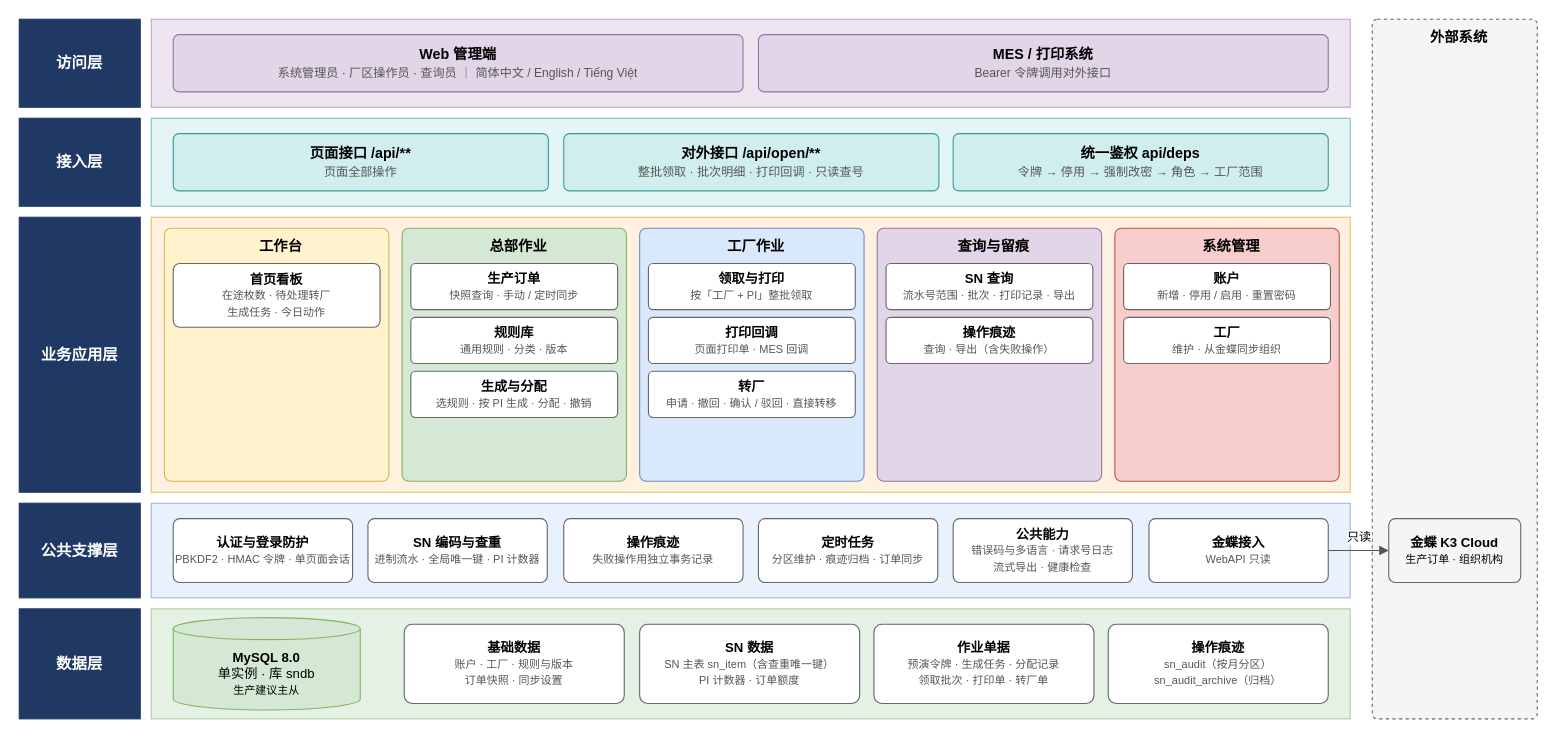
Above: docs/images/系统技术方案/fig2-1-function.drawio in Createsnow/sn-center (draw.io), before the change. Source tidied: cells renumbered, new cells numbered last; positions are measured from the earlier drawing's top-left corner, leaving out a move shared by most shapes. Both pictures are drawn from the tidied source at 110%, with x=0, y=0 at pixel (19, 19).
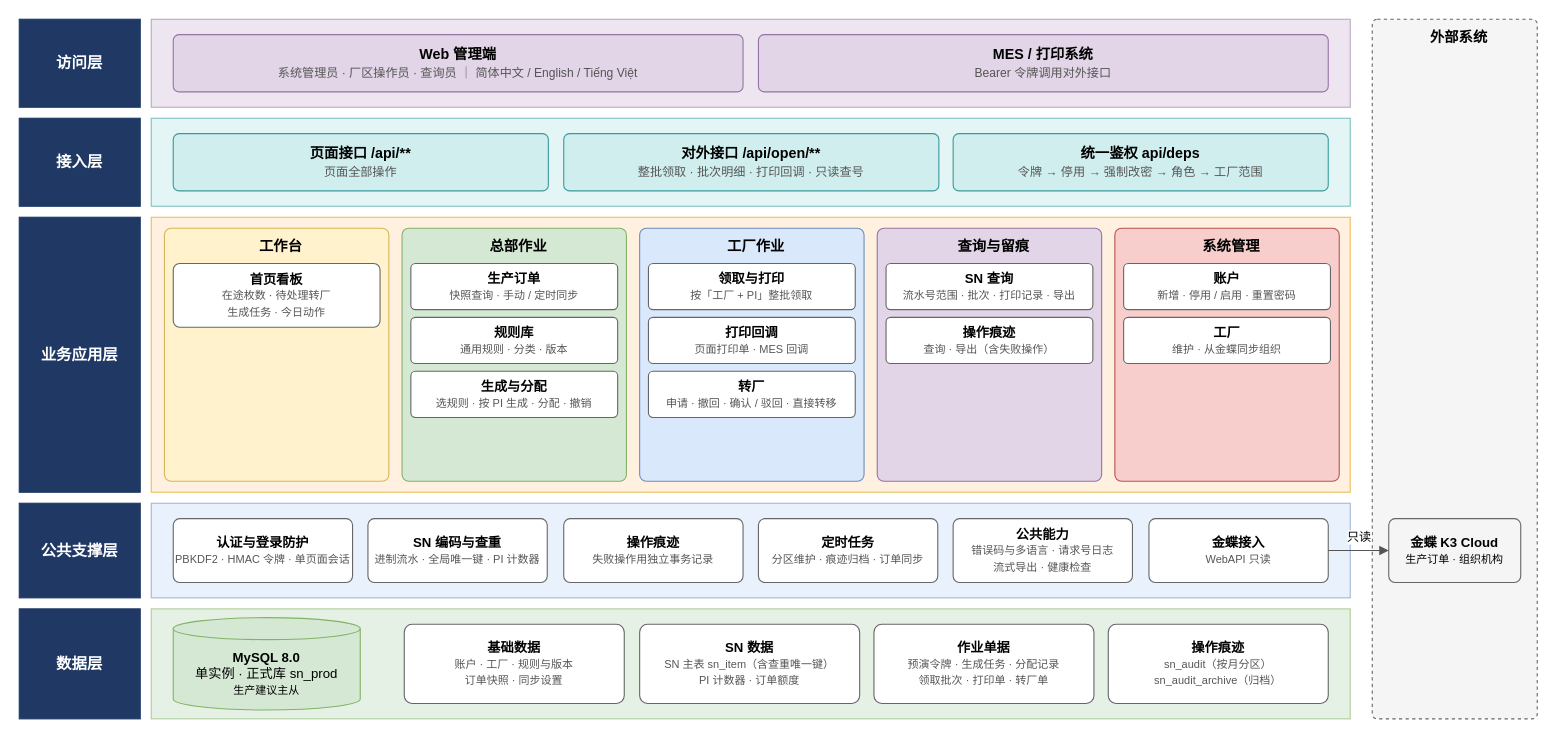
Above is the later version.

Diff of the diagram source:
```diff
@@
-    <mxCell id="39" value="&lt;b&gt;MySQL 8.0&lt;/b&gt;&lt;br&gt;单实例 · 库 sndb&lt;br&gt;&lt;font style=&quot;font-size:10px&quot;&gt;生产建议主从&lt;/font&gt;" style="shape=cylinder3;boundedLbl=1;backgroundOutline=1;size=10;whiteSpace=wrap;html=1;fillColor=#d5e8d4;strokeColor=#82b366;fontSize=12;fontFamily=Microsoft YaHei,PingFang SC,Helvetica,Arial,WenQuanYi Zen Hei,sans-serif;" parent="1" vertex="1">
+    <mxCell id="39" value="&lt;b&gt;MySQL 8.0&lt;/b&gt;&lt;br&gt;单实例 · 正式库 sn_prod&lt;br&gt;&lt;font style=&quot;font-size:10px&quot;&gt;生产建议主从&lt;/font&gt;" style="shape=cylinder3;boundedLbl=1;backgroundOutline=1;size=10;whiteSpace=wrap;html=1;fillColor=#d5e8d4;strokeColor=#82b366;fontSize=12;fontFamily=Microsoft YaHei,PingFang SC,Helvetica,Arial,WenQuanYi Zen Hei,sans-serif;" parent="1" vertex="1">
       <mxGeometry x="140" y="544" width="170" height="84" as="geometry" />
     </mxCell>
```
